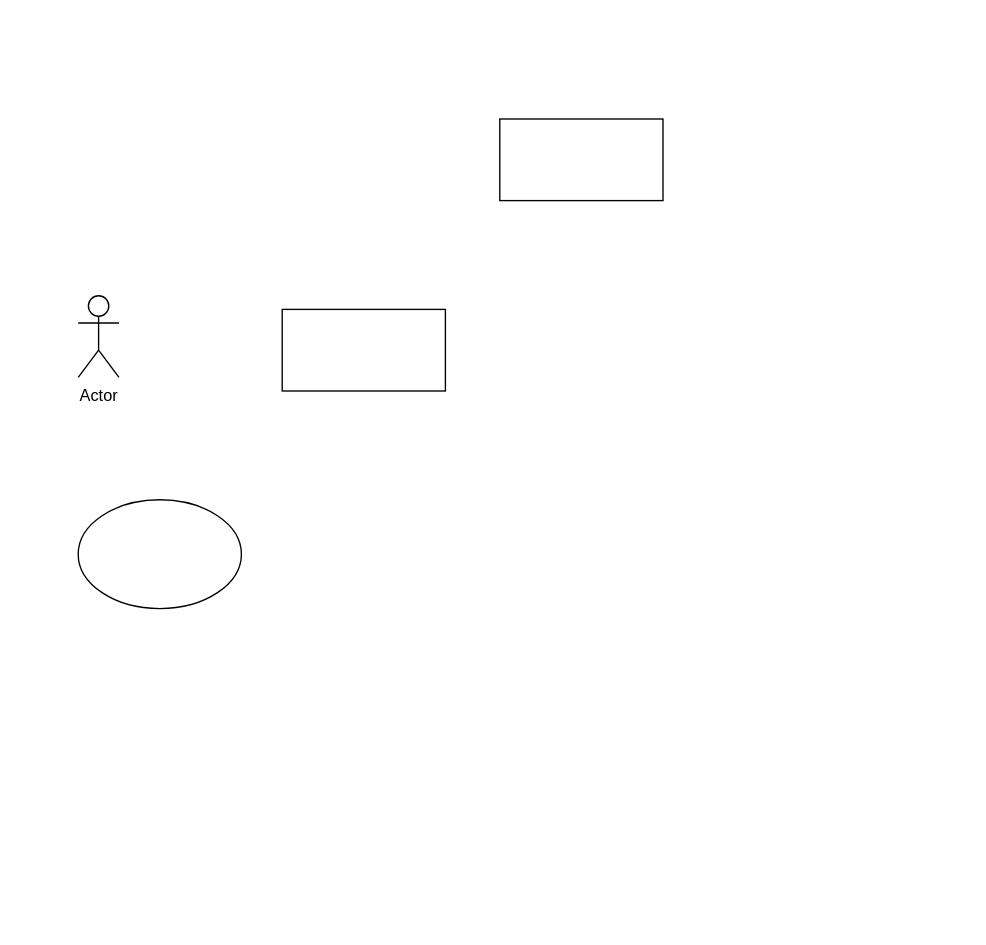
This is diagrams.drawio from Shan-Joel/Diagrams---ITPM, a draw.io file, before an edit. Source tidied: cells renumbered, new cells numbered last; positions are measured from the earlier drawing's top-left corner, leaving out a move shared by most shapes. Both pictures are drawn from the tidied source at 136%, with x=0, y=0 at pixel (78, 118).
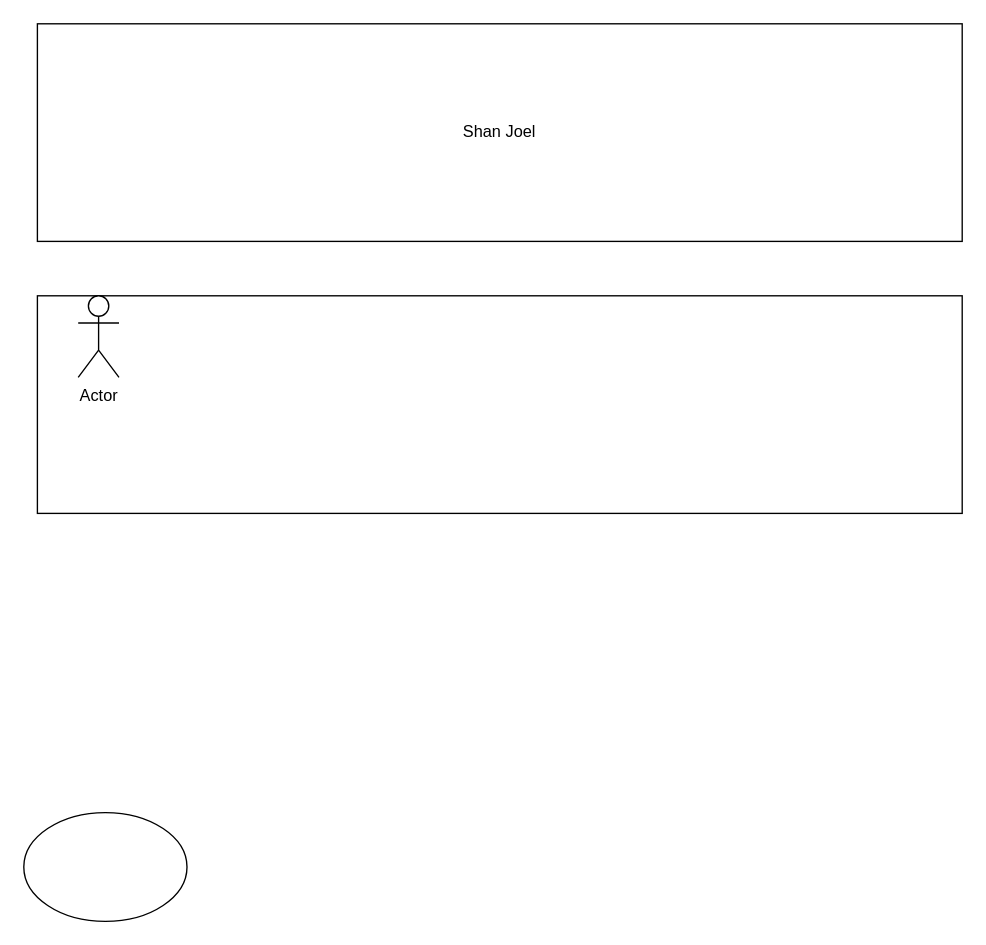
The same page after the edit.

What changed in the source:
```diff
@@
 <mxGraphModel>
   <root>
     <mxCell id="0" />
     <mxCell id="1" parent="0" />
     <mxCell id="2" style="rounded=0;whiteSpace=wrap;html=1;" parent="1" vertex="1">
-      <mxGeometry x="150" y="140" width="120" height="60" as="geometry" />
+      <mxGeometry x="-30" y="130" width="680" height="160" as="geometry" />
     </mxCell>
-    <mxCell id="3" style="rounded=0;whiteSpace=wrap;html=1;" parent="1" vertex="1">
-      <mxGeometry x="310" width="120" height="60" as="geometry" />
+    <mxCell id="3" value="Shan Joel" style="rounded=0;whiteSpace=wrap;html=1;" parent="1" vertex="1">
+      <mxGeometry x="-30" y="-70" width="680" height="160" as="geometry" />
     </mxCell>
     <mxCell id="4" style="ellipse;whiteSpace=wrap;html=1;" parent="1" vertex="1">
-      <mxGeometry y="280" width="120" height="80" as="geometry" />
+      <mxGeometry x="-40" y="510" width="120" height="80" as="geometry" />
     </mxCell>
     <mxCell id="5" value="Actor" style="shape=umlActor;verticalLabelPosition=bottom;verticalAlign=top;html=1;" parent="1" vertex="1">
       <mxGeometry y="130" width="30" height="60" as="geometry" />
     </mxCell>
   </root>
 </mxGraphModel>
```
